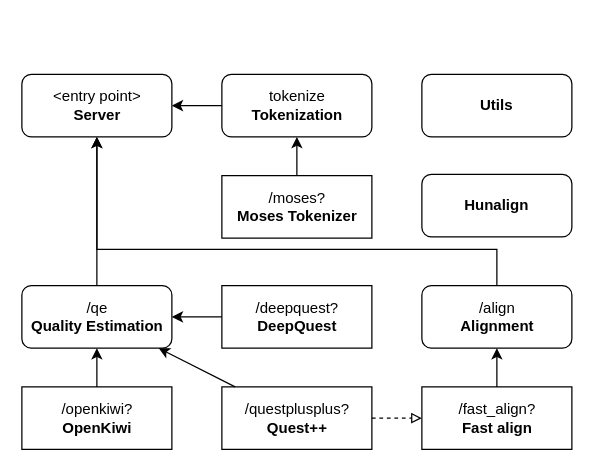
Above: meta/object_design/backend.drawio in zouharvi/ptakopet (draw.io), before the change. Source tidied: cells renumbered, new cells numbered last; positions are measured from the earlier drawing's top-left corner, leaving out a move shared by most shapes. Both pictures are drawn from the tidied source at 125%, with x=0, y=0 at pixel (21, 74).
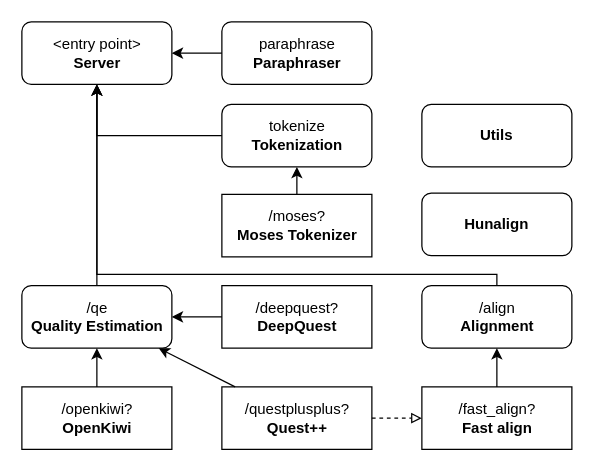
The same page after the edit.

Commit message (it also covers changes not shown here):
backend object design

Unchanged cells that the change refers to:
```xml
<mxCell id="11" value="/align&lt;br&gt;&lt;b&gt;Alignment&lt;/b&gt;" style="html=1;fillColor=none;rounded=1;" parent="1" vertex="1">
  <mxGeometry x="320" y="169" width="120" height="50" as="geometry" />
</mxCell>
```

What changed in the source:
```diff
@@
     <mxCell id="2" value="&lt;b&gt;Utils&lt;/b&gt;" style="rounded=1;whiteSpace=wrap;html=1;fillColor=none;" parent="1" vertex="1">
-      <mxGeometry x="320" width="120" height="50" as="geometry" />
+      <mxGeometry x="320" y="24" width="120" height="50" as="geometry" />
     </mxCell>
@@
     <mxCell id="10" style="edgeStyle=orthogonalEdgeStyle;rounded=0;jettySize=auto;html=1;" parent="1" edge="1" source="11" target="14">
       <mxGeometry relative="1" as="geometry">
         <Array as="points">
-          <mxPoint x="380" y="140" />
-          <mxPoint x="60" y="140" />
+          <mxPoint x="380" y="160" />
+          <mxPoint x="60" y="160" />
         </Array>
       </mxGeometry>
     </mxCell>
@@
     <mxCell id="14" value="&amp;lt;entry point&amp;gt;&lt;br&gt;&lt;b&gt;Server&lt;/b&gt;" style="html=1;fillColor=none;glass=0;shadow=0;comic=0;rounded=1;" parent="1" vertex="1">
-      <mxGeometry width="120" height="50" as="geometry" />
+      <mxGeometry y="-42" width="120" height="50" as="geometry" />
     </mxCell>
@@
     <mxCell id="17" style="edgeStyle=orthogonalEdgeStyle;rounded=0;jettySize=auto;html=1;endArrow=classic;endFill=1;" parent="1" edge="1" source="18" target="14">
       <mxGeometry relative="1" as="geometry">
         <Array as="points">
-          <mxPoint x="130" y="25" />
-          <mxPoint x="130" y="25" />
+          <mxPoint x="130" y="49" />
+          <mxPoint x="130" y="49" />
         </Array>
       </mxGeometry>
     </mxCell>
     <mxCell id="18" value="tokenize&lt;br&gt;&lt;b&gt;Tokenization&lt;/b&gt;" style="html=1;fillColor=none;rounded=1;" parent="1" vertex="1">
-      <mxGeometry x="160" width="120" height="50" as="geometry" />
+      <mxGeometry x="160" y="24" width="120" height="50" as="geometry" />
     </mxCell>
@@
     <mxCell id="20" value="/moses?&lt;br&gt;&lt;b&gt;Moses Tokenizer&lt;/b&gt;" style="html=1;fillColor=none;" parent="1" vertex="1">
-      <mxGeometry x="160" y="81" width="120" height="50" as="geometry" />
+      <mxGeometry x="160" y="96" width="120" height="50" as="geometry" />
     </mxCell>
     <mxCell id="21" value="&lt;b&gt;Hunalign&lt;/b&gt;" style="rounded=1;whiteSpace=wrap;html=1;fillColor=none;" parent="1" vertex="1">
-      <mxGeometry x="320" y="80" width="120" height="50" as="geometry" />
+      <mxGeometry x="320" y="95" width="120" height="50" as="geometry" />
     </mxCell>
+    <mxCell id="22" style="edgeStyle=orthogonalEdgeStyle;rounded=0;jettySize=auto;html=1;" parent="1" edge="1" source="23" target="14">
+      <mxGeometry relative="1" as="geometry" />
+    </mxCell>
+    <mxCell id="23" value="paraphrase&lt;br&gt;&lt;b&gt;Paraphraser&lt;/b&gt;" style="html=1;fillColor=none;rounded=1;" parent="1" vertex="1">
+      <mxGeometry x="160" y="-42" width="120" height="50" as="geometry" />
+    </mxCell>
```
